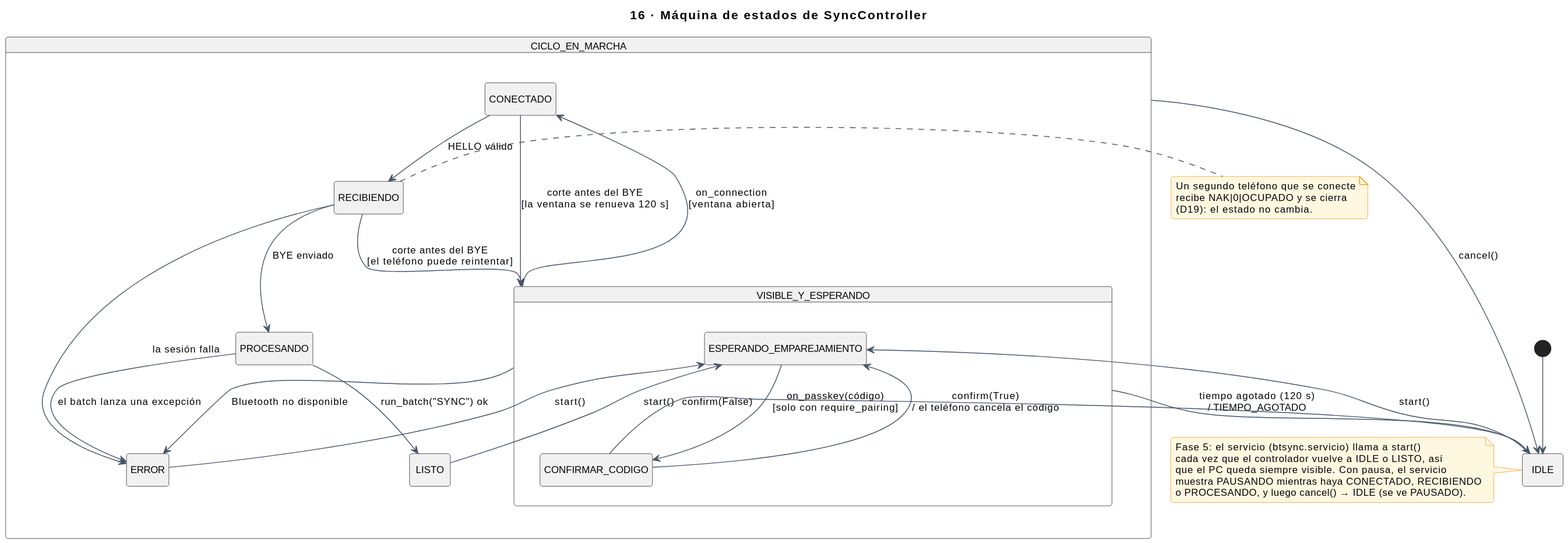
The PlantUML diagram docs/img/uml/16-estados-sync-controller.svg in sebas-archive/kardex-bt, before a commit.
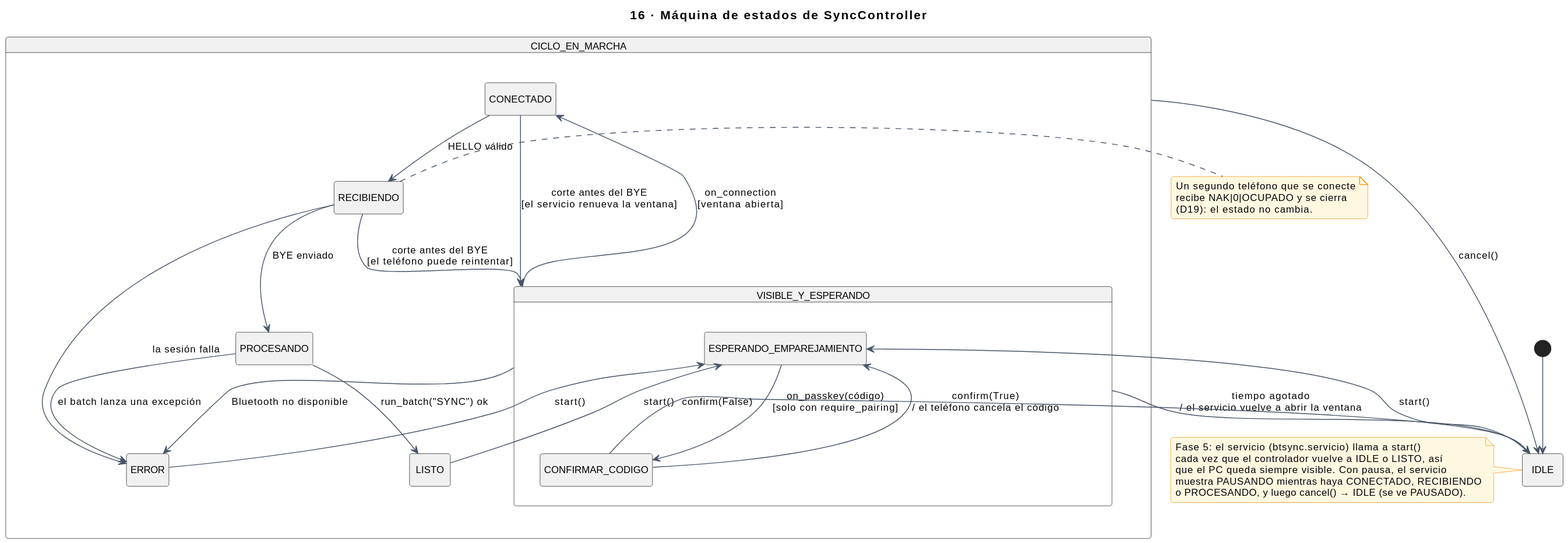
Later version of the same file.

The edit, as a diff of the source:
```diff
@@ -25,7 +25,7 @@
   PROCESANDO --> LISTO : run_batch("SYNC") ok
   PROCESANDO --> ERROR : el batch lanza una excepción
   RECIBIENDO --> ERROR : la sesión falla
-  CONECTADO --> VISIBLE_Y_ESPERANDO : corte antes del BYE\n[la ventana se renueva 120 s]
+  CONECTADO --> VISIBLE_Y_ESPERANDO : corte antes del BYE\n[el servicio renueva la ventana]
   RECIBIENDO --> VISIBLE_Y_ESPERANDO : corte antes del BYE\n[el teléfono puede reintentar]
   VISIBLE_Y_ESPERANDO --> ERROR : Bluetooth no disponible
   LISTO --> ESPERANDO_EMPAREJAMIENTO : start()
@@ -34,7 +34,7 @@
 
 IDLE --> ESPERANDO_EMPAREJAMIENTO : start()
 CICLO_EN_MARCHA --> IDLE : cancel()
-VISIBLE_Y_ESPERANDO --> IDLE : tiempo agotado (120 s)\n/ TIEMPO_AGOTADO
+VISIBLE_Y_ESPERANDO --> IDLE : tiempo agotado\n/ el servicio vuelve a abrir la ventana
 CONFIRMAR_CODIGO --> IDLE : confirm(False)
 
 note left of IDLE
```
